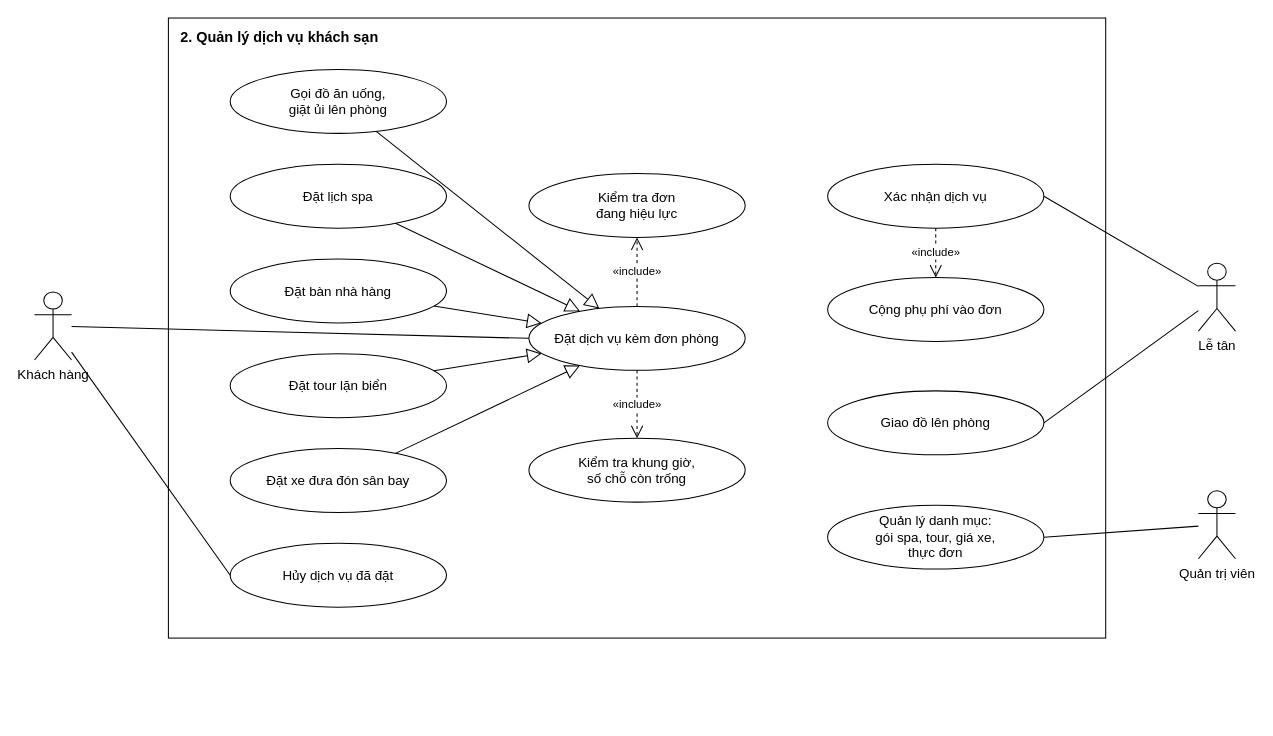
The draw.io diagram docs/use-case/ucn2-dich-vu.drawio in ngynquchn2511/beach-hotel, before the edit. Source tidied: cells renumbered, new cells numbered last; positions are measured from the earlier drawing's top-left corner, leaving out a move shared by most shapes. Both pictures are drawn from the tidied source at 103%, with x=0, y=0 at pixel (34, 18).
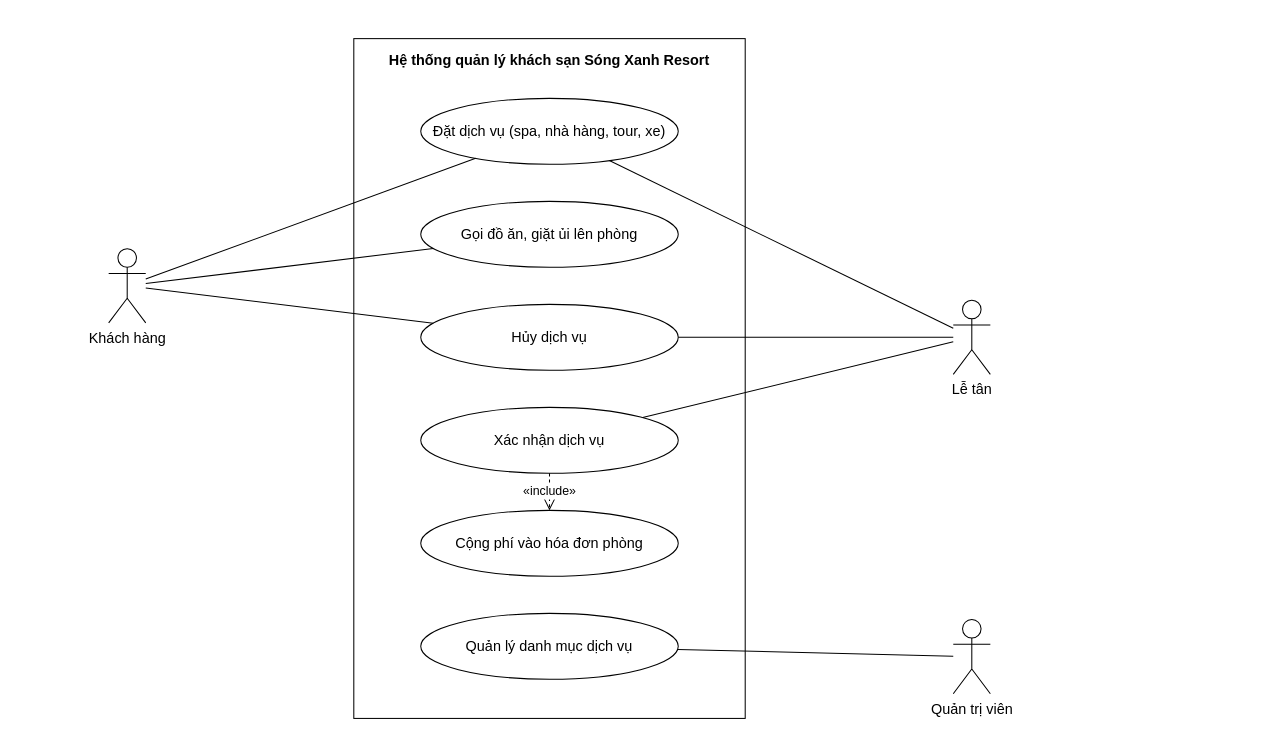
The same diagram, later.

What changed in the source:
```diff
@@
-<mxGraphModel>
+<mxGraphModel background="#FFFFFF">
@@
-    <mxCell id="2" value="2. Quản lý dịch vụ khách sạn" style="fontFamily=Arial;fontColor=#000000;rounded=0;whiteSpace=wrap;html=1;fillColor=none;strokeColor=#000000;verticalAlign=top;align=left;spacingLeft=10;spacingTop=4;fontStyle=1;fontSize=14;" parent="1" vertex="1">
-      <mxGeometry x="130" width="910" height="602" as="geometry" />
-    </mxCell>
-    <mxCell id="3" value="Gọi đồ ăn uống,&lt;br&gt;giặt ủi lên phòng" style="fontFamily=Arial;fontColor=#000000;ellipse;whiteSpace=wrap;html=1;fillColor=#FFFFFF;strokeColor=#000000;fontSize=13;" parent="1" vertex="1">
-      <mxGeometry x="190" y="50" width="210" height="62" as="geometry" />
-    </mxCell>
-    <mxCell id="4" value="Đặt lịch spa" style="fontFamily=Arial;fontColor=#000000;ellipse;whiteSpace=wrap;html=1;fillColor=#FFFFFF;strokeColor=#000000;fontSize=13;" parent="1" vertex="1">
-      <mxGeometry x="190" y="142" width="210" height="62" as="geometry" />
-    </mxCell>
-    <mxCell id="5" value="Đặt bàn nhà hàng" style="fontFamily=Arial;fontColor=#000000;ellipse;whiteSpace=wrap;html=1;fillColor=#FFFFFF;strokeColor=#000000;fontSize=13;" parent="1" vertex="1">
-      <mxGeometry x="190" y="234" width="210" height="62" as="geometry" />
-    </mxCell>
-    <mxCell id="6" value="Đặt tour lặn biển" style="fontFamily=Arial;fontColor=#000000;ellipse;whiteSpace=wrap;html=1;fillColor=#FFFFFF;strokeColor=#000000;fontSize=13;" parent="1" vertex="1">
-      <mxGeometry x="190" y="326" width="210" height="62" as="geometry" />
-    </mxCell>
-    <mxCell id="7" value="Đặt xe đưa đón sân bay" style="fontFamily=Arial;fontColor=#000000;ellipse;whiteSpace=wrap;html=1;fillColor=#FFFFFF;strokeColor=#000000;fontSize=13;" parent="1" vertex="1">
-      <mxGeometry x="190" y="418" width="210" height="62" as="geometry" />
-    </mxCell>
-    <mxCell id="8" value="Hủy dịch vụ đã đặt" style="fontFamily=Arial;fontColor=#000000;ellipse;whiteSpace=wrap;html=1;fillColor=#FFFFFF;strokeColor=#000000;fontSize=13;" parent="1" vertex="1">
-      <mxGeometry x="190" y="510" width="210" height="62" as="geometry" />
-    </mxCell>
-    <mxCell id="9" value="Kiểm tra đơn&lt;br&gt;đang hiệu lực" style="fontFamily=Arial;fontColor=#000000;ellipse;whiteSpace=wrap;html=1;fillColor=#FFFFFF;strokeColor=#000000;fontSize=13;" parent="1" vertex="1">
-      <mxGeometry x="480" y="151" width="210" height="62" as="geometry" />
-    </mxCell>
-    <mxCell id="10" value="Đặt dịch vụ kèm đơn phòng" style="fontFamily=Arial;fontColor=#000000;ellipse;whiteSpace=wrap;html=1;fillColor=#FFFFFF;strokeColor=#000000;fontSize=13;" parent="1" vertex="1">
-      <mxGeometry x="480" y="280" width="210" height="62" as="geometry" />
-    </mxCell>
-    <mxCell id="11" value="Kiểm tra khung giờ,&lt;br&gt;số chỗ còn trống" style="fontFamily=Arial;fontColor=#000000;ellipse;whiteSpace=wrap;html=1;fillColor=#FFFFFF;strokeColor=#000000;fontSize=13;" parent="1" vertex="1">
-      <mxGeometry x="480" y="408" width="210" height="62" as="geometry" />
-    </mxCell>
+    <mxCell id="32" value="Hệ thống quản lý khách sạn Sóng Xanh Resort" style="fontFamily=Arial;fontColor=#000000;rounded=0;whiteSpace=wrap;html=1;verticalAlign=top;fontStyle=1;fontSize=14;fillColor=none;strokeColor=#000000;spacingTop=6;" parent="1" vertex="1">
+      <mxGeometry x="310" y="20" width="380" height="660" as="geometry" />
+    </mxCell>
+    <mxCell id="33" value="Đặt dịch vụ (spa, nhà hàng, tour, xe)" style="fontFamily=Arial;fontColor=#000000;ellipse;whiteSpace=wrap;html=1;fillColor=#FFFFFF;strokeColor=#000000;fontSize=14;" parent="1" vertex="1">
+      <mxGeometry x="375" y="78" width="250" height="64" as="geometry" />
+    </mxCell>
+    <mxCell id="34" value="Gọi đồ ăn, giặt ủi lên phòng" style="fontFamily=Arial;fontColor=#000000;ellipse;whiteSpace=wrap;html=1;fillColor=#FFFFFF;strokeColor=#000000;fontSize=14;" parent="1" vertex="1">
+      <mxGeometry x="375" y="178" width="250" height="64" as="geometry" />
+    </mxCell>
+    <mxCell id="35" value="Hủy dịch vụ" style="fontFamily=Arial;fontColor=#000000;ellipse;whiteSpace=wrap;html=1;fillColor=#FFFFFF;strokeColor=#000000;fontSize=14;" parent="1" vertex="1">
+      <mxGeometry x="375" y="278" width="250" height="64" as="geometry" />
+    </mxCell>
-    <mxCell id="12" value="Xác nhận dịch vụ" style="fontFamily=Arial;fontColor=#000000;ellipse;whiteSpace=wrap;html=1;fillColor=#FFFFFF;strokeColor=#000000;fontSize=13;" parent="1" vertex="1">
-      <mxGeometry x="770" y="142" width="210" height="62" as="geometry" />
+    <mxCell id="12" value="Xác nhận dịch vụ" style="fontFamily=Arial;fontColor=#000000;ellipse;whiteSpace=wrap;html=1;fillColor=#FFFFFF;strokeColor=#000000;fontSize=14;" parent="1" vertex="1">
+      <mxGeometry x="375" y="378" width="250" height="64" as="geometry" />
     </mxCell>
-    <mxCell id="13" value="Cộng phụ phí vào đơn" style="fontFamily=Arial;fontColor=#000000;ellipse;whiteSpace=wrap;html=1;fillColor=#FFFFFF;strokeColor=#000000;fontSize=13;" parent="1" vertex="1">
-      <mxGeometry x="770" y="252" width="210" height="62" as="geometry" />
-    </mxCell>
-    <mxCell id="14" value="Giao đồ lên phòng" style="fontFamily=Arial;fontColor=#000000;ellipse;whiteSpace=wrap;html=1;fillColor=#FFFFFF;strokeColor=#000000;fontSize=13;" parent="1" vertex="1">
-      <mxGeometry x="770" y="362" width="210" height="62" as="geometry" />
-    </mxCell>
-    <mxCell id="15" value="Quản lý danh mục:&lt;br&gt;gói spa, tour, giá xe,&lt;br&gt;thực đơn" style="fontFamily=Arial;fontColor=#000000;ellipse;whiteSpace=wrap;html=1;fillColor=#FFFFFF;strokeColor=#000000;fontSize=13;" parent="1" vertex="1">
-      <mxGeometry x="770" y="473" width="210" height="62" as="geometry" />
-    </mxCell>
+    <mxCell id="36" value="Cộng phí vào hóa đơn phòng" style="fontFamily=Arial;fontColor=#000000;ellipse;whiteSpace=wrap;html=1;fillColor=#FFFFFF;strokeColor=#000000;fontSize=14;" parent="1" vertex="1">
+      <mxGeometry x="375" y="478" width="250" height="64" as="geometry" />
+    </mxCell>
+    <mxCell id="37" value="Quản lý danh mục dịch vụ" style="fontFamily=Arial;fontColor=#000000;ellipse;whiteSpace=wrap;html=1;fillColor=#FFFFFF;strokeColor=#000000;fontSize=14;" parent="1" vertex="1">
+      <mxGeometry x="375" y="578" width="250" height="64" as="geometry" />
+    </mxCell>
-    <mxCell id="16" value="Khách hàng" style="fontFamily=Arial;fontColor=#000000;shape=umlActor;verticalLabelPosition=bottom;verticalAlign=top;html=1;outlineConnect=0;fillColor=#FFFFFF;strokeColor=#000000;fontSize=13;" parent="1" vertex="1">
-      <mxGeometry y="266" width="36" height="66" as="geometry" />
+    <mxCell id="16" value="Khách hàng" style="fontFamily=Arial;fontColor=#000000;shape=umlActor;verticalLabelPosition=bottom;verticalAlign=top;html=1;outlineConnect=0;fillColor=#FFFFFF;strokeColor=#000000;fontSize=14;" parent="1" vertex="1">
+      <mxGeometry x="72" y="224" width="36" height="72" as="geometry" />
     </mxCell>
-    <mxCell id="17" style="fontFamily=Arial;fontColor=#000000;endArrow=none;html=1;strokeColor=#000000;entryX=0;entryY=0.5;entryDx=0;entryDy=0;" parent="1" edge="1" source="16" target="10">
-      <mxGeometry relative="1" as="geometry" />
-    </mxCell>
-    <mxCell id="18" style="fontFamily=Arial;fontColor=#000000;endArrow=none;html=1;strokeColor=#000000;entryX=0;entryY=0.5;entryDx=0;entryDy=0;" parent="1" edge="1" source="16" target="8">
-      <mxGeometry relative="1" as="geometry" />
-    </mxCell>
-    <mxCell id="19" value="Lễ tân" style="fontFamily=Arial;fontColor=#000000;shape=umlActor;verticalLabelPosition=bottom;verticalAlign=top;html=1;outlineConnect=0;fillColor=#FFFFFF;strokeColor=#000000;fontSize=13;" parent="1" vertex="1">
-      <mxGeometry x="1130" y="238" width="36" height="66" as="geometry" />
+    <mxCell id="19" value="Lễ tân" style="fontFamily=Arial;fontColor=#000000;shape=umlActor;verticalLabelPosition=bottom;verticalAlign=top;html=1;outlineConnect=0;fillColor=#FFFFFF;strokeColor=#000000;fontSize=14;" parent="1" vertex="1">
+      <mxGeometry x="892" y="274" width="36" height="72" as="geometry" />
     </mxCell>
+    <mxCell id="22" value="Quản trị viên" style="fontFamily=Arial;fontColor=#000000;shape=umlActor;verticalLabelPosition=bottom;verticalAlign=top;html=1;outlineConnect=0;fillColor=#FFFFFF;strokeColor=#000000;fontSize=14;" parent="1" vertex="1">
+      <mxGeometry x="892" y="584" width="36" height="72" as="geometry" />
+    </mxCell>
+    <mxCell id="38" style="fontFamily=Arial;fontColor=#000000;endArrow=none;html=1;strokeColor=#000000;rounded=0;" parent="1" edge="1" source="16" target="33">
+      <mxGeometry relative="1" as="geometry" />
+    </mxCell>
+    <mxCell id="39" style="fontFamily=Arial;fontColor=#000000;endArrow=none;html=1;strokeColor=#000000;rounded=0;" parent="1" edge="1" source="16" target="34">
+      <mxGeometry relative="1" as="geometry" />
+    </mxCell>
+    <mxCell id="40" style="fontFamily=Arial;fontColor=#000000;endArrow=none;html=1;strokeColor=#000000;rounded=0;" parent="1" edge="1" source="16" target="35">
+      <mxGeometry relative="1" as="geometry" />
+    </mxCell>
+    <mxCell id="41" style="fontFamily=Arial;fontColor=#000000;endArrow=none;html=1;strokeColor=#000000;rounded=0;" parent="1" edge="1" source="19" target="33">
+      <mxGeometry relative="1" as="geometry" />
+    </mxCell>
+    <mxCell id="42" style="fontFamily=Arial;fontColor=#000000;endArrow=none;html=1;strokeColor=#000000;rounded=0;" parent="1" edge="1" source="19" target="35">
+      <mxGeometry relative="1" as="geometry" />
+    </mxCell>
-    <mxCell id="20" style="fontFamily=Arial;fontColor=#000000;endArrow=none;html=1;strokeColor=#000000;entryX=1;entryY=0.5;entryDx=0;entryDy=0;" parent="1" edge="1" source="19" target="12">
+    <mxCell id="20" style="fontFamily=Arial;fontColor=#000000;endArrow=none;html=1;strokeColor=#000000;rounded=0;" parent="1" edge="1" source="19" target="12">
       <mxGeometry relative="1" as="geometry" />
     </mxCell>
-    <mxCell id="21" style="fontFamily=Arial;fontColor=#000000;endArrow=none;html=1;strokeColor=#000000;entryX=1;entryY=0.5;entryDx=0;entryDy=0;" parent="1" edge="1" source="19" target="14">
-      <mxGeometry relative="1" as="geometry" />
-    </mxCell>
-    <mxCell id="22" value="Quản trị viên" style="fontFamily=Arial;fontColor=#000000;shape=umlActor;verticalLabelPosition=bottom;verticalAlign=top;html=1;outlineConnect=0;fillColor=#FFFFFF;strokeColor=#000000;fontSize=13;" parent="1" vertex="1">
-      <mxGeometry x="1130" y="459" width="36" height="66" as="geometry" />
-    </mxCell>
-    <mxCell id="23" style="fontFamily=Arial;fontColor=#000000;endArrow=none;html=1;strokeColor=#000000;entryX=1;entryY=0.5;entryDx=0;entryDy=0;" parent="1" edge="1" source="22" target="15">
-      <mxGeometry relative="1" as="geometry" />
-    </mxCell>
-    <mxCell id="24" style="fontFamily=Arial;fontColor=#000000;endArrow=block;endFill=0;endSize=12;html=1;strokeColor=#000000;" parent="1" edge="1" source="3" target="10">
-      <mxGeometry relative="1" as="geometry" />
-    </mxCell>
-    <mxCell id="25" style="fontFamily=Arial;fontColor=#000000;endArrow=block;endFill=0;endSize=12;html=1;strokeColor=#000000;" parent="1" edge="1" source="4" target="10">
-      <mxGeometry relative="1" as="geometry" />
-    </mxCell>
-    <mxCell id="26" style="fontFamily=Arial;fontColor=#000000;endArrow=block;endFill=0;endSize=12;html=1;strokeColor=#000000;" parent="1" edge="1" source="5" target="10">
-      <mxGeometry relative="1" as="geometry" />
-    </mxCell>
-    <mxCell id="27" style="fontFamily=Arial;fontColor=#000000;endArrow=block;endFill=0;endSize=12;html=1;strokeColor=#000000;" parent="1" edge="1" source="6" target="10">
-      <mxGeometry relative="1" as="geometry" />
-    </mxCell>
-    <mxCell id="28" style="fontFamily=Arial;fontColor=#000000;endArrow=block;endFill=0;endSize=12;html=1;strokeColor=#000000;" parent="1" edge="1" source="7" target="10">
-      <mxGeometry relative="1" as="geometry" />
-    </mxCell>
-    <mxCell id="29" value="«include»" style="fontFamily=Arial;fontColor=#000000;endArrow=open;endSize=10;dashed=1;html=1;strokeColor=#000000;fontSize=11;labelBackgroundColor=#FFFFFF;exitX=0.5;exitY=0;entryX=0.5;entryY=1;exitDx=0;exitDy=0;entryDx=0;entryDy=0;" parent="1" edge="1" source="10" target="9">
-      <mxGeometry relative="1" as="geometry" />
-    </mxCell>
-    <mxCell id="30" value="«include»" style="fontFamily=Arial;fontColor=#000000;endArrow=open;endSize=10;dashed=1;html=1;strokeColor=#000000;fontSize=11;labelBackgroundColor=#FFFFFF;exitX=0.5;exitY=1;entryX=0.5;entryY=0;exitDx=0;exitDy=0;entryDx=0;entryDy=0;" parent="1" edge="1" source="10" target="11">
-      <mxGeometry relative="1" as="geometry" />
-    </mxCell>
-    <mxCell id="31" value="«include»" style="fontFamily=Arial;fontColor=#000000;endArrow=open;endSize=10;dashed=1;html=1;strokeColor=#000000;fontSize=11;labelBackgroundColor=#FFFFFF;exitX=0.5;exitY=1;entryX=0.5;entryY=0;exitDx=0;exitDy=0;entryDx=0;entryDy=0;" parent="1" edge="1" source="12" target="13">
-      <mxGeometry relative="1" as="geometry" />
-    </mxCell>
+    <mxCell id="43" style="fontFamily=Arial;fontColor=#000000;endArrow=none;html=1;strokeColor=#000000;rounded=0;" parent="1" edge="1" source="22" target="37">
+      <mxGeometry relative="1" as="geometry" />
+    </mxCell>
+    <mxCell id="44" value="«include»" style="fontFamily=Arial;fontColor=#000000;endArrow=open;endSize=10;dashed=1;html=1;strokeColor=#000000;rounded=0;fontSize=12;labelBackgroundColor=#FFFFFF;exitX=0.5;exitY=1;exitDx=0;exitDy=0;exitPerimeter=0;entryX=0.5;entryY=0;entryDx=0;entryDy=0;entryPerimeter=0;" parent="1" edge="1" source="12" target="36">
+      <mxGeometry relative="1" as="geometry" />
+    </mxCell>
```
